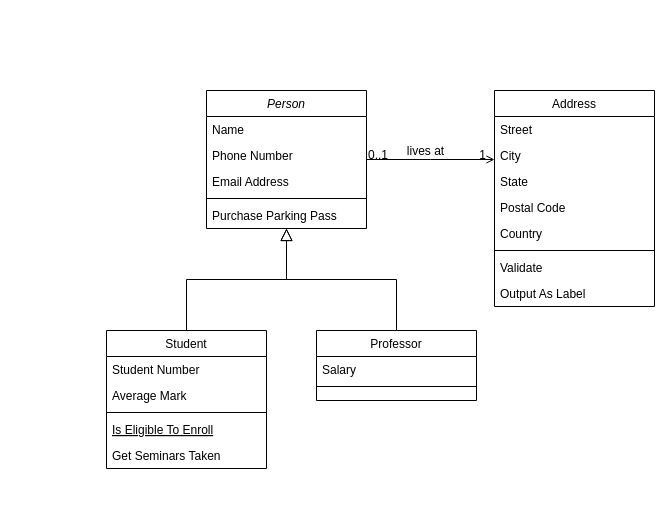
This is Taxi Information Management System.drawio from Incomprehensibilitative/Taxi-Information-Management-System, a draw.io file, before an edit. Source tidied: cells renumbered, new cells numbered last; positions are measured from the earlier drawing's top-left corner, leaving out a move shared by most shapes. Both pictures are drawn from the tidied source at 100%, with x=0, y=0 at pixel (106, 90).
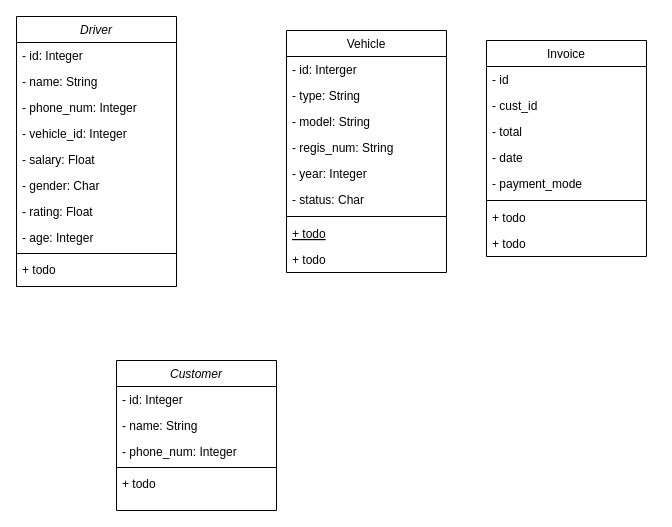
The same page after the edit.

Commit message:
Generic Design for Classes

Diff of the diagram source:
```diff
@@
-    <mxCell id="2" value="Person" style="swimlane;fontStyle=2;align=center;verticalAlign=top;horizontal=1;startSize=26;rounded=0;shadow=0;strokeWidth=1;" parent="1" vertex="1">
-      <mxGeometry x="100" width="160" height="138" as="geometry" />
+    <mxCell id="2" value="Driver" style="swimlane;fontStyle=2;align=center;verticalAlign=top;horizontal=1;startSize=26;rounded=0;shadow=0;strokeWidth=1;" parent="1" vertex="1">
+      <mxGeometry x="-90" y="-74" width="160" height="270" as="geometry" />
     </mxCell>
-    <mxCell id="3" value="Name" style="text;align=left;verticalAlign=top;spacingLeft=4;spacingRight=4;overflow=hidden;" parent="2" vertex="1">
+    <mxCell id="3" value="- id: Integer" style="text;align=left;verticalAlign=top;spacingLeft=4;spacingRight=4;overflow=hidden;" parent="2" vertex="1">
       <mxGeometry y="26" width="160" height="26" as="geometry" />
     </mxCell>
-    <mxCell id="4" value="Phone Number" style="text;align=left;verticalAlign=top;spacingLeft=4;spacingRight=4;overflow=hidden;rounded=0;shadow=0;html=0;" parent="2" vertex="1">
+    <mxCell id="4" value="- name: String" style="text;align=left;verticalAlign=top;spacingLeft=4;spacingRight=4;overflow=hidden;rounded=0;shadow=0;html=0;" parent="2" vertex="1">
       <mxGeometry y="52" width="160" height="26" as="geometry" />
     </mxCell>
-    <mxCell id="5" value="Email Address" style="text;align=left;verticalAlign=top;spacingLeft=4;spacingRight=4;overflow=hidden;rounded=0;shadow=0;html=0;" parent="2" vertex="1">
+    <mxCell id="5" value="- phone_num: Integer" style="text;align=left;verticalAlign=top;spacingLeft=4;spacingRight=4;overflow=hidden;rounded=0;shadow=0;html=0;" parent="2" vertex="1">
       <mxGeometry y="78" width="160" height="26" as="geometry" />
     </mxCell>
+    <mxCell id="32" value="- vehicle_id: Integer" style="text;align=left;verticalAlign=top;spacingLeft=4;spacingRight=4;overflow=hidden;rounded=0;shadow=0;html=0;" parent="2" vertex="1">
+      <mxGeometry y="104" width="160" height="26" as="geometry" />
+    </mxCell>
+    <mxCell id="33" value="- salary: Float" style="text;align=left;verticalAlign=top;spacingLeft=4;spacingRight=4;overflow=hidden;rounded=0;shadow=0;html=0;" parent="2" vertex="1">
+      <mxGeometry y="130" width="160" height="26" as="geometry" />
+    </mxCell>
+    <mxCell id="34" value="- gender: Char" style="text;align=left;verticalAlign=top;spacingLeft=4;spacingRight=4;overflow=hidden;rounded=0;shadow=0;html=0;" parent="2" vertex="1">
+      <mxGeometry y="156" width="160" height="26" as="geometry" />
+    </mxCell>
+    <mxCell id="35" value="- rating: Float" style="text;align=left;verticalAlign=top;spacingLeft=4;spacingRight=4;overflow=hidden;rounded=0;shadow=0;html=0;" parent="2" vertex="1">
+      <mxGeometry y="182" width="160" height="26" as="geometry" />
+    </mxCell>
+    <mxCell id="36" value="- age: Integer" style="text;align=left;verticalAlign=top;spacingLeft=4;spacingRight=4;overflow=hidden;rounded=0;shadow=0;html=0;" parent="2" vertex="1">
+      <mxGeometry y="208" width="160" height="26" as="geometry" />
+    </mxCell>
     <mxCell id="6" style="line;html=1;strokeWidth=1;align=left;verticalAlign=middle;spacingTop=-1;spacingLeft=3;spacingRight=3;labelPosition=right;" parent="2" vertex="1">
-      <mxGeometry y="104" width="160" height="8" as="geometry" />
+      <mxGeometry y="234" width="160" height="6" as="geometry" />
     </mxCell>
-    <mxCell id="7" value="Purchase Parking Pass" style="text;align=left;verticalAlign=top;spacingLeft=4;spacingRight=4;overflow=hidden;" parent="2" vertex="1">
-      <mxGeometry y="112" width="160" height="26" as="geometry" />
+    <mxCell id="7" value="+ todo" style="text;align=left;verticalAlign=top;spacingLeft=4;spacingRight=4;overflow=hidden;" parent="2" vertex="1">
+      <mxGeometry y="240" width="160" height="26" as="geometry" />
     </mxCell>
-    <mxCell id="8" value="Student" style="swimlane;fontStyle=0;align=center;verticalAlign=top;horizontal=1;startSize=26;rounded=0;shadow=0;strokeWidth=1;" parent="1" vertex="1">
-      <mxGeometry y="240" width="160" height="138" as="geometry" />
+    <mxCell id="8" value="Vehicle" style="swimlane;fontStyle=0;align=center;verticalAlign=top;horizontal=1;startSize=26;rounded=0;shadow=0;strokeWidth=1;" parent="1" vertex="1">
+      <mxGeometry x="180" y="-60" width="160" height="242" as="geometry" />
     </mxCell>
-    <mxCell id="9" value="Student Number" style="text;align=left;verticalAlign=top;spacingLeft=4;spacingRight=4;overflow=hidden;" parent="8" vertex="1">
+    <mxCell id="9" value="- id: Interger" style="text;align=left;verticalAlign=top;spacingLeft=4;spacingRight=4;overflow=hidden;" parent="8" vertex="1">
       <mxGeometry y="26" width="160" height="26" as="geometry" />
     </mxCell>
-    <mxCell id="10" value="Average Mark" style="text;align=left;verticalAlign=top;spacingLeft=4;spacingRight=4;overflow=hidden;rounded=0;shadow=0;html=0;" parent="8" vertex="1">
+    <mxCell id="10" value="- type: String" style="text;align=left;verticalAlign=top;spacingLeft=4;spacingRight=4;overflow=hidden;rounded=0;shadow=0;html=0;" parent="8" vertex="1">
       <mxGeometry y="52" width="160" height="26" as="geometry" />
     </mxCell>
+    <mxCell id="37" value="- model: String" style="text;align=left;verticalAlign=top;spacingLeft=4;spacingRight=4;overflow=hidden;rounded=0;shadow=0;html=0;" parent="8" vertex="1">
+      <mxGeometry y="78" width="160" height="26" as="geometry" />
+    </mxCell>
+    <mxCell id="38" value="- regis_num: String" style="text;align=left;verticalAlign=top;spacingLeft=4;spacingRight=4;overflow=hidden;rounded=0;shadow=0;html=0;" parent="8" vertex="1">
+      <mxGeometry y="104" width="160" height="26" as="geometry" />
+    </mxCell>
+    <mxCell id="39" value="- year: Integer" style="text;align=left;verticalAlign=top;spacingLeft=4;spacingRight=4;overflow=hidden;rounded=0;shadow=0;html=0;" parent="8" vertex="1">
+      <mxGeometry y="130" width="160" height="26" as="geometry" />
+    </mxCell>
+    <mxCell id="40" value="- status: Char" style="text;align=left;verticalAlign=top;spacingLeft=4;spacingRight=4;overflow=hidden;rounded=0;shadow=0;html=0;" parent="8" vertex="1">
+      <mxGeometry y="156" width="160" height="26" as="geometry" />
+    </mxCell>
     <mxCell id="11" style="line;html=1;strokeWidth=1;align=left;verticalAlign=middle;spacingTop=-1;spacingLeft=3;spacingRight=3;labelPosition=right;" parent="8" vertex="1">
-      <mxGeometry y="78" width="160" height="8" as="geometry" />
+      <mxGeometry y="182" width="160" height="8" as="geometry" />
     </mxCell>
-    <mxCell id="12" value="Is Eligible To Enroll" style="text;align=left;verticalAlign=top;spacingLeft=4;spacingRight=4;overflow=hidden;fontStyle=4;" parent="8" vertex="1">
-      <mxGeometry y="86" width="160" height="26" as="geometry" />
+    <mxCell id="12" value="+ todo" style="text;align=left;verticalAlign=top;spacingLeft=4;spacingRight=4;overflow=hidden;fontStyle=4;" parent="8" vertex="1">
+      <mxGeometry y="190" width="160" height="26" as="geometry" />
     </mxCell>
-    <mxCell id="13" value="Get Seminars Taken" style="text;align=left;verticalAlign=top;spacingLeft=4;spacingRight=4;overflow=hidden;" parent="8" vertex="1">
-      <mxGeometry y="112" width="160" height="26" as="geometry" />
+    <mxCell id="13" value="+ todo" style="text;align=left;verticalAlign=top;spacingLeft=4;spacingRight=4;overflow=hidden;" parent="8" vertex="1">
+      <mxGeometry y="216" width="160" height="26" as="geometry" />
     </mxCell>
-    <mxCell id="14" style="endArrow=block;endSize=10;endFill=0;shadow=0;strokeWidth=1;rounded=0;edgeStyle=elbowEdgeStyle;elbow=vertical;" parent="1" edge="1" source="8" target="2">
-      <mxGeometry relative="1" as="geometry" />
-    </mxCell>
-    <mxCell id="15" value="Professor" style="swimlane;fontStyle=0;align=center;verticalAlign=top;horizontal=1;startSize=26;rounded=0;shadow=0;strokeWidth=1;" parent="1" vertex="1">
-      <mxGeometry x="210" y="240" width="160" height="70" as="geometry" />
-    </mxCell>
-    <mxCell id="16" value="Salary" style="text;align=left;verticalAlign=top;spacingLeft=4;spacingRight=4;overflow=hidden;" parent="15" vertex="1">
-      <mxGeometry y="26" width="160" height="26" as="geometry" />
-    </mxCell>
-    <mxCell id="17" style="line;html=1;strokeWidth=1;align=left;verticalAlign=middle;spacingTop=-1;spacingLeft=3;spacingRight=3;labelPosition=right;" parent="15" vertex="1">
-      <mxGeometry y="52" width="160" height="8" as="geometry" />
-    </mxCell>
-    <mxCell id="18" style="endArrow=block;endSize=10;endFill=0;shadow=0;strokeWidth=1;rounded=0;edgeStyle=elbowEdgeStyle;elbow=vertical;" parent="1" edge="1" source="15" target="2">
-      <mxGeometry relative="1" as="geometry" />
-    </mxCell>
-    <mxCell id="19" value="Address" style="swimlane;fontStyle=0;align=center;verticalAlign=top;horizontal=1;startSize=26;rounded=0;shadow=0;strokeWidth=1;" parent="1" vertex="1">
-      <mxGeometry x="388" width="160" height="216" as="geometry" />
+    <mxCell id="19" value="Invoice" style="swimlane;fontStyle=0;align=center;verticalAlign=top;horizontal=1;startSize=26;rounded=0;shadow=0;strokeWidth=1;" parent="1" vertex="1">
+      <mxGeometry x="380" y="-50" width="160" height="216" as="geometry" />
     </mxCell>
-    <mxCell id="20" value="Street" style="text;align=left;verticalAlign=top;spacingLeft=4;spacingRight=4;overflow=hidden;" parent="19" vertex="1">
+    <mxCell id="20" value="- id" style="text;align=left;verticalAlign=top;spacingLeft=4;spacingRight=4;overflow=hidden;" parent="19" vertex="1">
       <mxGeometry y="26" width="160" height="26" as="geometry" />
     </mxCell>
-    <mxCell id="21" value="City" style="text;align=left;verticalAlign=top;spacingLeft=4;spacingRight=4;overflow=hidden;rounded=0;shadow=0;html=0;" parent="19" vertex="1">
+    <mxCell id="21" value="- cust_id" style="text;align=left;verticalAlign=top;spacingLeft=4;spacingRight=4;overflow=hidden;rounded=0;shadow=0;html=0;" parent="19" vertex="1">
       <mxGeometry y="52" width="160" height="26" as="geometry" />
     </mxCell>
-    <mxCell id="22" value="State" style="text;align=left;verticalAlign=top;spacingLeft=4;spacingRight=4;overflow=hidden;rounded=0;shadow=0;html=0;" parent="19" vertex="1">
+    <mxCell id="22" value="- total" style="text;align=left;verticalAlign=top;spacingLeft=4;spacingRight=4;overflow=hidden;rounded=0;shadow=0;html=0;" parent="19" vertex="1">
       <mxGeometry y="78" width="160" height="26" as="geometry" />
     </mxCell>
-    <mxCell id="23" value="Postal Code" style="text;align=left;verticalAlign=top;spacingLeft=4;spacingRight=4;overflow=hidden;rounded=0;shadow=0;html=0;" parent="19" vertex="1">
+    <mxCell id="23" value="- date" style="text;align=left;verticalAlign=top;spacingLeft=4;spacingRight=4;overflow=hidden;rounded=0;shadow=0;html=0;" parent="19" vertex="1">
       <mxGeometry y="104" width="160" height="26" as="geometry" />
     </mxCell>
-    <mxCell id="24" value="Country" style="text;align=left;verticalAlign=top;spacingLeft=4;spacingRight=4;overflow=hidden;rounded=0;shadow=0;html=0;" parent="19" vertex="1">
+    <mxCell id="24" value="- payment_mode" style="text;align=left;verticalAlign=top;spacingLeft=4;spacingRight=4;overflow=hidden;rounded=0;shadow=0;html=0;" parent="19" vertex="1">
       <mxGeometry y="130" width="160" height="26" as="geometry" />
     </mxCell>
@@
-    <mxCell id="26" value="Validate" style="text;align=left;verticalAlign=top;spacingLeft=4;spacingRight=4;overflow=hidden;" parent="19" vertex="1">
+    <mxCell id="26" value="+ todo" style="text;align=left;verticalAlign=top;spacingLeft=4;spacingRight=4;overflow=hidden;" parent="19" vertex="1">
       <mxGeometry y="164" width="160" height="26" as="geometry" />
     </mxCell>
-    <mxCell id="27" value="Output As Label" style="text;align=left;verticalAlign=top;spacingLeft=4;spacingRight=4;overflow=hidden;" parent="19" vertex="1">
+    <mxCell id="27" value="+ todo" style="text;align=left;verticalAlign=top;spacingLeft=4;spacingRight=4;overflow=hidden;" parent="19" vertex="1">
       <mxGeometry y="190" width="160" height="26" as="geometry" />
     </mxCell>
-    <mxCell id="28" style="endArrow=open;shadow=0;strokeWidth=1;rounded=0;endFill=1;edgeStyle=elbowEdgeStyle;elbow=vertical;" parent="1" edge="1" source="2" target="19">
-      <mxGeometry x="0.5" y="41" relative="1" as="geometry">
-        <mxPoint x="-40" y="32" as="offset" />
-      </mxGeometry>
-    </mxCell>
-    <mxCell id="29" value="0..1" style="align=left;verticalAlign=bottom;labelBackgroundColor=none;fontSize=12;" parent="28" vertex="1">
-      <mxGeometry x="-1" relative="1" as="geometry">
-        <mxPoint y="4" as="offset" />
-      </mxGeometry>
-    </mxCell>
-    <mxCell id="30" value="1" style="align=right;verticalAlign=bottom;labelBackgroundColor=none;fontSize=12;" parent="28" vertex="1">
-      <mxGeometry x="1" relative="1" as="geometry">
-        <mxPoint x="-7" y="4" as="offset" />
-      </mxGeometry>
-    </mxCell>
-    <mxCell id="31" value="lives at" style="text;html=1;align=center;verticalAlign=middle;labelBackgroundColor=none;rounded=0;shadow=0;strokeWidth=1;fontSize=12;" parent="28" vertex="1">
-      <mxGeometry x="0.5" y="49" relative="1" as="geometry">
-        <mxPoint x="-38" y="40" as="offset" />
-      </mxGeometry>
-    </mxCell>
+    <mxCell id="41" value="Customer" style="swimlane;fontStyle=2;align=center;verticalAlign=top;horizontal=1;startSize=26;rounded=0;shadow=0;strokeWidth=1;" parent="1" vertex="1">
+      <mxGeometry x="10" y="270" width="160" height="150" as="geometry" />
+    </mxCell>
+    <mxCell id="42" value="- id: Integer" style="text;align=left;verticalAlign=top;spacingLeft=4;spacingRight=4;overflow=hidden;" parent="41" vertex="1">
+      <mxGeometry y="26" width="160" height="26" as="geometry" />
+    </mxCell>
+    <mxCell id="43" value="- name: String" style="text;align=left;verticalAlign=top;spacingLeft=4;spacingRight=4;overflow=hidden;rounded=0;shadow=0;html=0;" parent="41" vertex="1">
+      <mxGeometry y="52" width="160" height="26" as="geometry" />
+    </mxCell>
+    <mxCell id="44" value="- phone_num: Integer" style="text;align=left;verticalAlign=top;spacingLeft=4;spacingRight=4;overflow=hidden;rounded=0;shadow=0;html=0;" parent="41" vertex="1">
+      <mxGeometry y="78" width="160" height="26" as="geometry" />
+    </mxCell>
+    <mxCell id="45" style="line;html=1;strokeWidth=1;align=left;verticalAlign=middle;spacingTop=-1;spacingLeft=3;spacingRight=3;labelPosition=right;" parent="41" vertex="1">
+      <mxGeometry y="104" width="160" height="6" as="geometry" />
+    </mxCell>
+    <mxCell id="46" value="+ todo" style="text;align=left;verticalAlign=top;spacingLeft=4;spacingRight=4;overflow=hidden;" parent="41" vertex="1">
+      <mxGeometry y="110" width="160" height="26" as="geometry" />
+    </mxCell>
```
